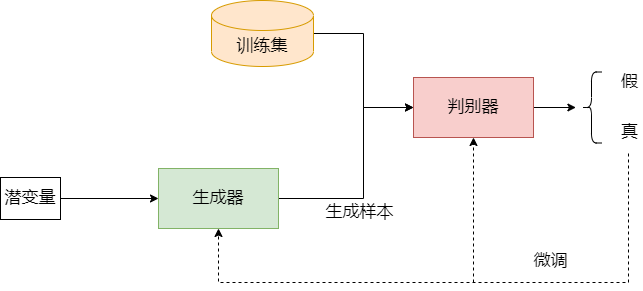
lakomi/pictures keeps this draw.io diagram as gan.drawio.png. Above is the earlier version. Source tidied: cells renumbered, new cells last; positions are measured from the earlier drawing's top-left corner, leaving out a move shared by most shapes.
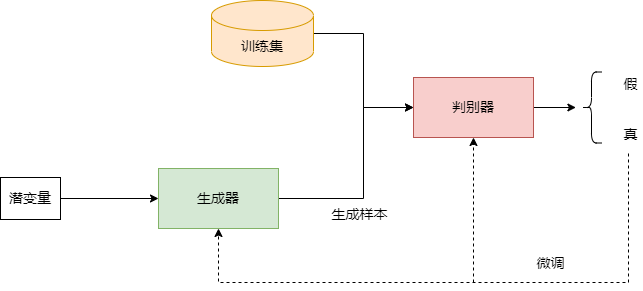
The same file after the commit.

Change to the diagram source:
```diff
@@ -2,7 +2,7 @@
   <root>
     <mxCell id="0" />
     <mxCell id="1" parent="0" />
-    <mxCell id="2" style="edgeStyle=orthogonalEdgeStyle;rounded=0;jettySize=auto;html=1;exitX=1;exitY=0.5;exitDx=0;exitDy=0;entryX=0;entryY=0.5;entryDx=0;entryDy=0;" parent="1" edge="1" source="3" target="5">
+    <mxCell id="2" style="edgeStyle=orthogonalEdgeStyle;rounded=0;jettySize=auto;html=1;exitX=1;exitY=0.5;exitDx=0;exitDy=0;entryX=0;entryY=0.5;entryDx=0;entryDy=0;fontSize=14;" parent="1" edge="1" source="3" target="5">
       <mxGeometry relative="1" as="geometry">
         <Array as="points">
           <mxPoint x="363" y="198" />
@@ -10,42 +10,42 @@
         </Array>
       </mxGeometry>
     </mxCell>
-    <mxCell id="3" value="生成器" style="rounded=0;whiteSpace=wrap;html=1;fillColor=#d5e8d4;strokeColor=#82b366;fontSize=17;" parent="1" vertex="1">
+    <mxCell id="3" value="生成器" style="rounded=0;whiteSpace=wrap;html=1;fillColor=#d5e8d4;strokeColor=#82b366;fontSize=14;" parent="1" vertex="1">
       <mxGeometry x="158" y="168" width="120" height="60" as="geometry" />
     </mxCell>
-    <mxCell id="4" style="edgeStyle=orthogonalEdgeStyle;rounded=0;jettySize=auto;html=1;exitX=1;exitY=0.5;exitDx=0;exitDy=0;" parent="1" edge="1" source="5">
+    <mxCell id="4" style="edgeStyle=orthogonalEdgeStyle;rounded=0;jettySize=auto;html=1;exitX=1;exitY=0.5;exitDx=0;exitDy=0;fontSize=14;" parent="1" edge="1" source="5">
       <mxGeometry relative="1" as="geometry">
         <mxPoint x="575.4" y="107" as="targetPoint" />
       </mxGeometry>
     </mxCell>
-    <mxCell id="5" value="判别器" style="rounded=0;whiteSpace=wrap;html=1;fillColor=#f8cecc;strokeColor=#b85450;fontSize=17;" parent="1" vertex="1">
+    <mxCell id="5" value="判别器" style="rounded=0;whiteSpace=wrap;html=1;fillColor=#f8cecc;strokeColor=#b85450;fontSize=14;" parent="1" vertex="1">
       <mxGeometry x="413" y="77" width="120" height="60" as="geometry" />
     </mxCell>
-    <mxCell id="6" style="edgeStyle=orthogonalEdgeStyle;rounded=0;jettySize=auto;html=1;exitX=1;exitY=0.5;exitDx=0;exitDy=0;exitPerimeter=0;entryX=0;entryY=0.5;entryDx=0;entryDy=0;" parent="1" edge="1" source="7" target="5">
+    <mxCell id="6" style="edgeStyle=orthogonalEdgeStyle;rounded=0;jettySize=auto;html=1;exitX=1;exitY=0.5;exitDx=0;exitDy=0;exitPerimeter=0;entryX=0;entryY=0.5;entryDx=0;entryDy=0;fontSize=14;" parent="1" edge="1" source="7" target="5">
       <mxGeometry relative="1" as="geometry" />
     </mxCell>
-    <mxCell id="7" value="训练集" style="shape=cylinder3;whiteSpace=wrap;html=1;boundedLbl=1;backgroundOutline=1;size=15;fillColor=#ffe6cc;strokeColor=#d79b00;fontSize=17;" parent="1" vertex="1">
+    <mxCell id="7" value="训练集" style="shape=cylinder3;whiteSpace=wrap;html=1;boundedLbl=1;backgroundOutline=1;size=15;fillColor=#ffe6cc;strokeColor=#d79b00;fontSize=14;" parent="1" vertex="1">
       <mxGeometry x="211" width="102" height="66" as="geometry" />
     </mxCell>
-    <mxCell id="8" style="edgeStyle=orthogonalEdgeStyle;rounded=0;jettySize=auto;html=1;exitX=1;exitY=0.5;exitDx=0;exitDy=0;entryX=0;entryY=0.5;entryDx=0;entryDy=0;" parent="1" edge="1" source="9" target="3">
+    <mxCell id="8" style="edgeStyle=orthogonalEdgeStyle;rounded=0;jettySize=auto;html=1;exitX=1;exitY=0.5;exitDx=0;exitDy=0;entryX=0;entryY=0.5;entryDx=0;entryDy=0;fontSize=14;" parent="1" edge="1" source="9" target="3">
       <mxGeometry relative="1" as="geometry" />
     </mxCell>
-    <mxCell id="9" value="潜变量" style="rounded=0;whiteSpace=wrap;html=1;fontSize=17;" parent="1" vertex="1">
+    <mxCell id="9" value="潜变量" style="rounded=0;whiteSpace=wrap;html=1;fontSize=14;" parent="1" vertex="1">
       <mxGeometry y="177" width="60" height="42" as="geometry" />
     </mxCell>
-    <mxCell id="10" value="生成样本" style="text;html=1;align=center;verticalAlign=middle;strokeColor=none;fillColor=none;fontSize=17;" parent="1" vertex="1">
-      <mxGeometry x="320" y="200" width="78" height="24" as="geometry" />
+    <mxCell id="10" value="生成样本" style="text;html=1;align=center;verticalAlign=middle;strokeColor=none;fillColor=none;fontSize=14;" parent="1" vertex="1">
+      <mxGeometry x="326" y="203" width="66" height="21" as="geometry" />
     </mxCell>
-    <mxCell id="11" style="shape=curlyBracket;whiteSpace=wrap;html=1;rounded=1;" parent="1" vertex="1">
+    <mxCell id="11" style="shape=curlyBracket;whiteSpace=wrap;html=1;rounded=1;fontSize=14;" parent="1" vertex="1">
       <mxGeometry x="581" y="71.5" width="20" height="71" as="geometry" />
     </mxCell>
-    <mxCell id="12" value="假" style="text;html=1;align=center;verticalAlign=middle;strokeColor=none;fillColor=none;fontSize=17;" parent="1" vertex="1">
-      <mxGeometry x="615" y="70" width="27" height="24" as="geometry" />
+    <mxCell id="12" value="假" style="text;html=1;align=center;verticalAlign=middle;strokeColor=none;fillColor=none;fontSize=14;" parent="1" vertex="1">
+      <mxGeometry x="618" y="73" width="24" height="21" as="geometry" />
     </mxCell>
-    <mxCell id="13" value="真" style="text;html=1;align=center;verticalAlign=middle;strokeColor=none;fillColor=none;fontSize=17;" parent="1" vertex="1">
-      <mxGeometry x="615" y="120" width="27" height="24" as="geometry" />
+    <mxCell id="13" value="真" style="text;html=1;align=center;verticalAlign=middle;strokeColor=none;fillColor=none;fontSize=14;" parent="1" vertex="1">
+      <mxGeometry x="618" y="123" width="24" height="21" as="geometry" />
     </mxCell>
-    <mxCell id="14" style="edgeStyle=elbowEdgeStyle;elbow=vertical;endArrow=classic;html=1;rounded=0;fontSize=20;entryX=0.5;entryY=1;entryDx=0;entryDy=0;dashed=1;" parent="1" edge="1" target="3">
+    <mxCell id="14" style="edgeStyle=elbowEdgeStyle;elbow=vertical;endArrow=classic;html=1;rounded=0;fontSize=14;entryX=0.5;entryY=1;entryDx=0;entryDy=0;dashed=1;" parent="1" edge="1" target="3">
       <mxGeometry relative="1" as="geometry">
         <mxPoint x="628" y="153" as="sourcePoint" />
         <Array as="points">
@@ -53,13 +53,13 @@
         </Array>
       </mxGeometry>
     </mxCell>
-    <mxCell id="15" style="endArrow=classic;html=1;rounded=0;dashed=1;fontSize=20;entryX=0.5;entryY=1;entryDx=0;entryDy=0;" parent="1" edge="1" target="5">
+    <mxCell id="15" style="endArrow=classic;html=1;rounded=0;dashed=1;fontSize=14;entryX=0.5;entryY=1;entryDx=0;entryDy=0;" parent="1" edge="1" target="5">
       <mxGeometry relative="1" as="geometry">
         <mxPoint x="473" y="282" as="sourcePoint" />
       </mxGeometry>
     </mxCell>
-    <mxCell id="16" value="微调" style="text;html=1;align=center;verticalAlign=middle;strokeColor=none;fillColor=none;fontSize=17;" parent="1" vertex="1">
-      <mxGeometry x="528" y="249" width="44" height="24" as="geometry" />
+    <mxCell id="16" value="微调" style="text;html=1;align=center;verticalAlign=middle;strokeColor=none;fillColor=none;fontSize=14;" parent="1" vertex="1">
+      <mxGeometry x="531" y="252" width="38" height="21" as="geometry" />
     </mxCell>
   </root>
 </mxGraphModel>
```
